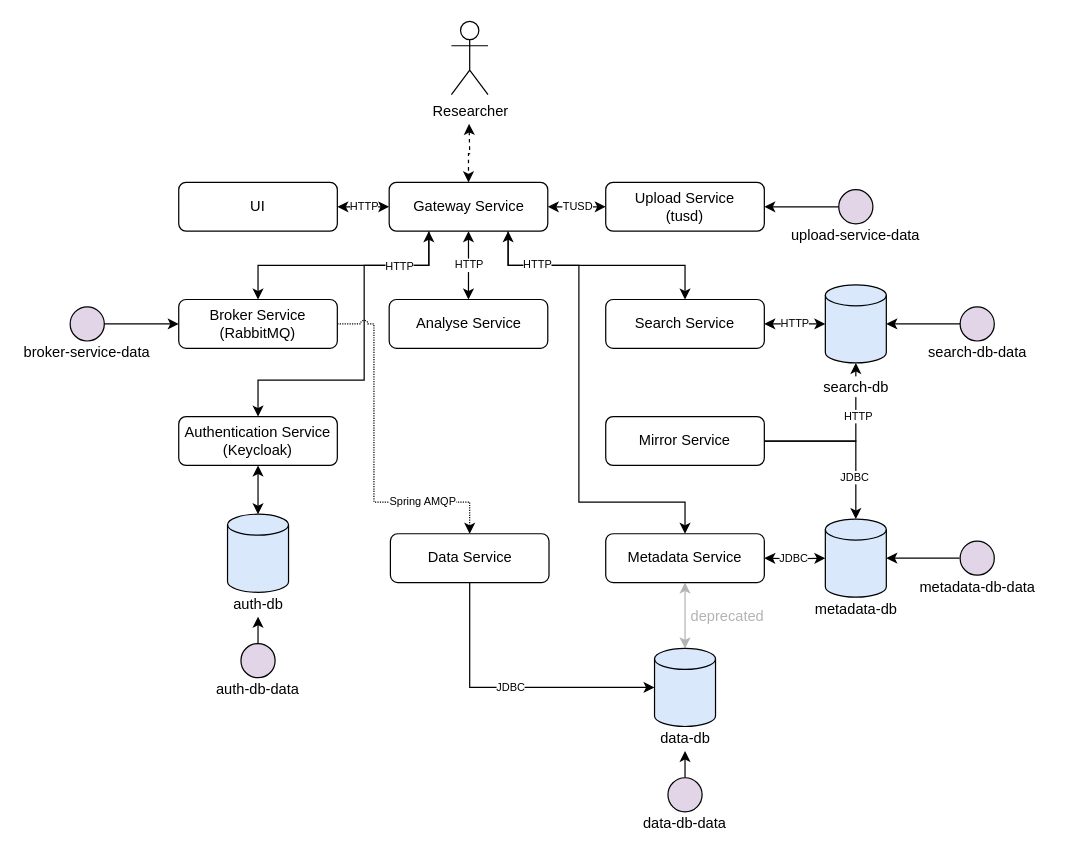
DBRepo-Project/dbrepo keeps this draw.io diagram as page "docker-compose" (1 of 7) of .docs/images/architecture.drawio. Above is the earlier version. Source tidied: cells renumbered, new cells numbered last; positions are measured from the earlier drawing's top-left corner, leaving out a move shared by most shapes. Both pictures are drawn from the tidied source at 122%, with x=0, y=0 at pixel (21, 21).
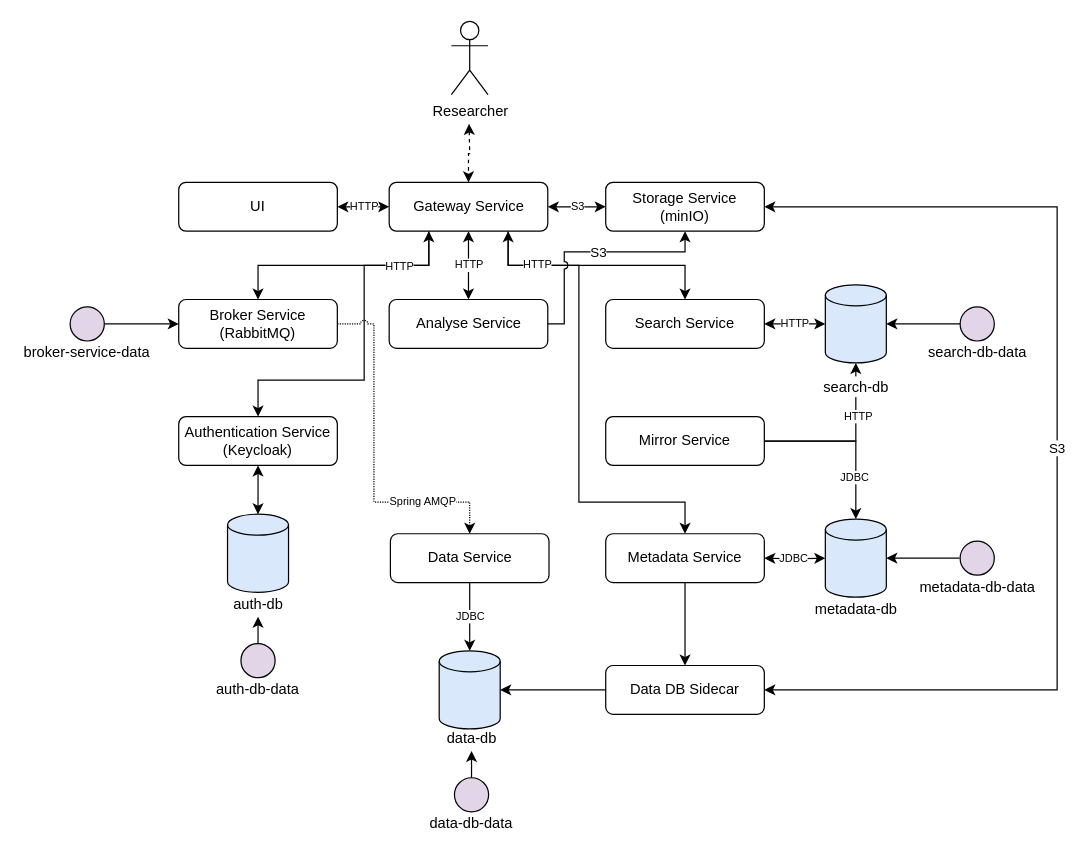
The same diagram, later.

Unchanged cells that the change refers to:
```xml
<mxCell id="13" value="Gateway Service" style="rounded=1;whiteSpace=wrap;html=1;" parent="1" vertex="1">
  <mxGeometry x="301.5" y="132" width="130" height="40" as="geometry" />
</mxCell>
<mxCell id="14" value="Analyse Service" style="rounded=1;whiteSpace=wrap;html=1;" parent="1" vertex="1">
  <mxGeometry x="301.5" y="228" width="130" height="40" as="geometry" />
</mxCell>
<mxCell id="20" value="Metadata Service" style="rounded=1;whiteSpace=wrap;html=1;" parent="1" vertex="1">
  <mxGeometry x="479" y="420" width="130" height="40" as="geometry" />
</mxCell>
<mxCell id="50" value="Data Service" style="rounded=1;whiteSpace=wrap;html=1;" parent="1" vertex="1">
  <mxGeometry x="302.5" y="420" width="130" height="40" as="geometry" />
</mxCell>
```

The edit, as a diff of the source:
```diff
@@
-    <mxCell id="10" value="TUSD" style="edgeStyle=orthogonalEdgeStyle;rounded=0;jettySize=auto;html=1;exitX=1;exitY=0.5;exitDx=0;exitDy=0;entryX=0;entryY=0.5;entryDx=0;entryDy=0;startArrow=classic;startFill=1;fontSize=9;" parent="1" edge="1" source="13" target="34">
+    <mxCell id="10" value="S3" style="edgeStyle=orthogonalEdgeStyle;rounded=0;jettySize=auto;html=1;exitX=1;exitY=0.5;exitDx=0;exitDy=0;entryX=0;entryY=0.5;entryDx=0;entryDy=0;startArrow=classic;startFill=1;fontSize=9;" parent="1" edge="1" source="13" target="34">
       <mxGeometry relative="1" as="geometry" />
     </mxCell>
@@
+    <mxCell id="60" style="edgeStyle=orthogonalEdgeStyle;rounded=0;jettySize=auto;html=1;exitX=1;exitY=0.5;exitDx=0;exitDy=0;entryX=0.5;entryY=1;entryDx=0;entryDy=0;jumpStyle=arc;" parent="1" edge="1" source="14" target="34">
+      <mxGeometry relative="1" as="geometry">
+        <Array as="points">
+          <mxPoint x="445" y="248" />
+          <mxPoint x="445" y="189" />
+          <mxPoint x="544" y="189" />
+        </Array>
+      </mxGeometry>
+    </mxCell>
+    <mxCell id="61" value="S3" style="edgeLabel;html=1;align=center;verticalAlign=middle;" parent="60" vertex="1">
+      <mxGeometry x="0.06" y="3" relative="1" as="geometry">
+        <mxPoint y="3" as="offset" />
+      </mxGeometry>
+    </mxCell>
@@
-    <mxCell id="17" style="edgeStyle=orthogonalEdgeStyle;rounded=0;jettySize=auto;html=1;exitX=0.5;exitY=1;exitDx=0;exitDy=0;entryX=0.5;entryY=0;entryDx=0;entryDy=0;entryPerimeter=0;startArrow=classic;startFill=1;fillColor=#f5f5f5;strokeColor=#B3B3B3;" parent="1" edge="1" source="20" target="30">
-      <mxGeometry relative="1" as="geometry" />
-    </mxCell>
@@
+    <mxCell id="62" style="edgeStyle=orthogonalEdgeStyle;rounded=0;jettySize=auto;html=1;exitX=0.5;exitY=1;exitDx=0;exitDy=0;entryX=0.5;entryY=0;entryDx=0;entryDy=0;" parent="1" edge="1" source="20" target="65">
+      <mxGeometry relative="1" as="geometry" />
+    </mxCell>
@@
     <mxCell id="30" style="shape=cylinder3;whiteSpace=wrap;html=1;boundedLbl=1;backgroundOutline=1;size=8.600000000000023;fillColor=#dae8fc;strokeColor=#000000;" parent="1" vertex="1">
-      <mxGeometry x="519" y="514" width="50" height="64" as="geometry" />
+      <mxGeometry x="342.5" y="516" width="50" height="64" as="geometry" />
     </mxCell>
     <mxCell id="31" value="data-db" style="text;html=1;strokeColor=none;fillColor=none;align=center;verticalAlign=middle;whiteSpace=wrap;rounded=0;spacing=-1;" parent="1" vertex="1">
-      <mxGeometry x="501.5" y="578" width="85" height="20" as="geometry" />
+      <mxGeometry x="326.5" y="578" width="85" height="20" as="geometry" />
     </mxCell>
@@
+    <mxCell id="63" value="S3" style="edgeStyle=orthogonalEdgeStyle;rounded=0;jettySize=auto;html=1;exitX=1;exitY=0.5;exitDx=0;exitDy=0;entryX=1;entryY=0.5;entryDx=0;entryDy=0;startArrow=classic;startFill=1;" parent="1" edge="1" source="34" target="65">
+      <mxGeometry relative="1" as="geometry">
+        <Array as="points">
+          <mxPoint x="849" y="152" />
+          <mxPoint x="849" y="548" />
+        </Array>
+      </mxGeometry>
+    </mxCell>
-    <mxCell id="34" value="Upload Service&lt;br&gt;(tusd)" style="rounded=1;whiteSpace=wrap;html=1;" parent="1" vertex="1">
+    <mxCell id="34" value="Storage Service&lt;br&gt;(minIO)" style="rounded=1;whiteSpace=wrap;html=1;" parent="1" vertex="1">
       <mxGeometry x="479" y="132" width="130" height="40" as="geometry" />
     </mxCell>
@@
     <mxCell id="40" value="data-db-data" style="text;html=1;strokeColor=none;fillColor=none;align=center;verticalAlign=middle;whiteSpace=wrap;rounded=0;spacing=-1;" parent="1" vertex="1">
-      <mxGeometry x="490" y="648" width="108" height="20" as="geometry" />
+      <mxGeometry x="315" y="648" width="108" height="20" as="geometry" />
     </mxCell>
@@
     <mxCell id="42" style="ellipse;whiteSpace=wrap;html=1;fillColor=#e1d5e7;strokeColor=#000000;" parent="1" vertex="1">
-      <mxGeometry x="530" y="620" width="28" height="28" as="geometry" />
+      <mxGeometry x="355" y="620" width="28" height="28" as="geometry" />
     </mxCell>
@@
-    <mxCell id="46" style="edgeStyle=orthogonalEdgeStyle;rounded=0;jettySize=auto;html=1;entryX=1;entryY=0.5;entryDx=0;entryDy=0;" parent="1" edge="1" source="47" target="34">
-      <mxGeometry relative="1" as="geometry" />
-    </mxCell>
-    <mxCell id="47" style="ellipse;whiteSpace=wrap;html=1;fillColor=#e1d5e7;strokeColor=#000000;" parent="1" vertex="1">
-      <mxGeometry x="670" y="138" width="28" height="28" as="geometry" />
-    </mxCell>
-    <mxCell id="48" value="upload-service-data" style="text;html=1;strokeColor=none;fillColor=none;align=center;verticalAlign=middle;whiteSpace=wrap;rounded=0;spacing=-1;" parent="1" vertex="1">
-      <mxGeometry x="630" y="166" width="108" height="20" as="geometry" />
-    </mxCell>
-    <mxCell id="49" value="JDBC" style="edgeStyle=orthogonalEdgeStyle;rounded=0;jettySize=auto;html=1;entryX=0;entryY=0.5;entryDx=0;entryDy=0;entryPerimeter=0;fontSize=9;" parent="1" edge="1" source="50" target="30">
-      <mxGeometry relative="1" as="geometry">
-        <Array as="points">
-          <mxPoint x="367" y="436" />
-        </Array>
-      </mxGeometry>
+    <mxCell id="49" value="JDBC" style="edgeStyle=orthogonalEdgeStyle;rounded=0;jettySize=auto;html=1;entryX=0.5;entryY=0;entryDx=0;entryDy=0;entryPerimeter=0;fontSize=9;" parent="1" edge="1" source="50" target="30">
+      <mxGeometry relative="1" as="geometry" />
     </mxCell>
@@
-    <mxCell id="59" value="&lt;font color=&quot;#b3b3b3&quot;&gt;deprecated&lt;/font&gt;" style="text;html=1;strokeColor=none;fillColor=none;align=center;verticalAlign=middle;whiteSpace=wrap;rounded=0;" parent="1" vertex="1">
-      <mxGeometry x="549" y="483" width="60" height="10" as="geometry" />
-    </mxCell>
+    <mxCell id="64" style="edgeStyle=orthogonalEdgeStyle;rounded=0;jettySize=auto;html=1;exitX=0;exitY=0.5;exitDx=0;exitDy=0;entryX=1;entryY=0.5;entryDx=0;entryDy=0;entryPerimeter=0;" parent="1" edge="1" source="65" target="30">
+      <mxGeometry relative="1" as="geometry" />
+    </mxCell>
+    <mxCell id="65" value="Data DB Sidecar" style="rounded=1;whiteSpace=wrap;html=1;" parent="1" vertex="1">
+      <mxGeometry x="479" y="528" width="130" height="40" as="geometry" />
+    </mxCell>
```
